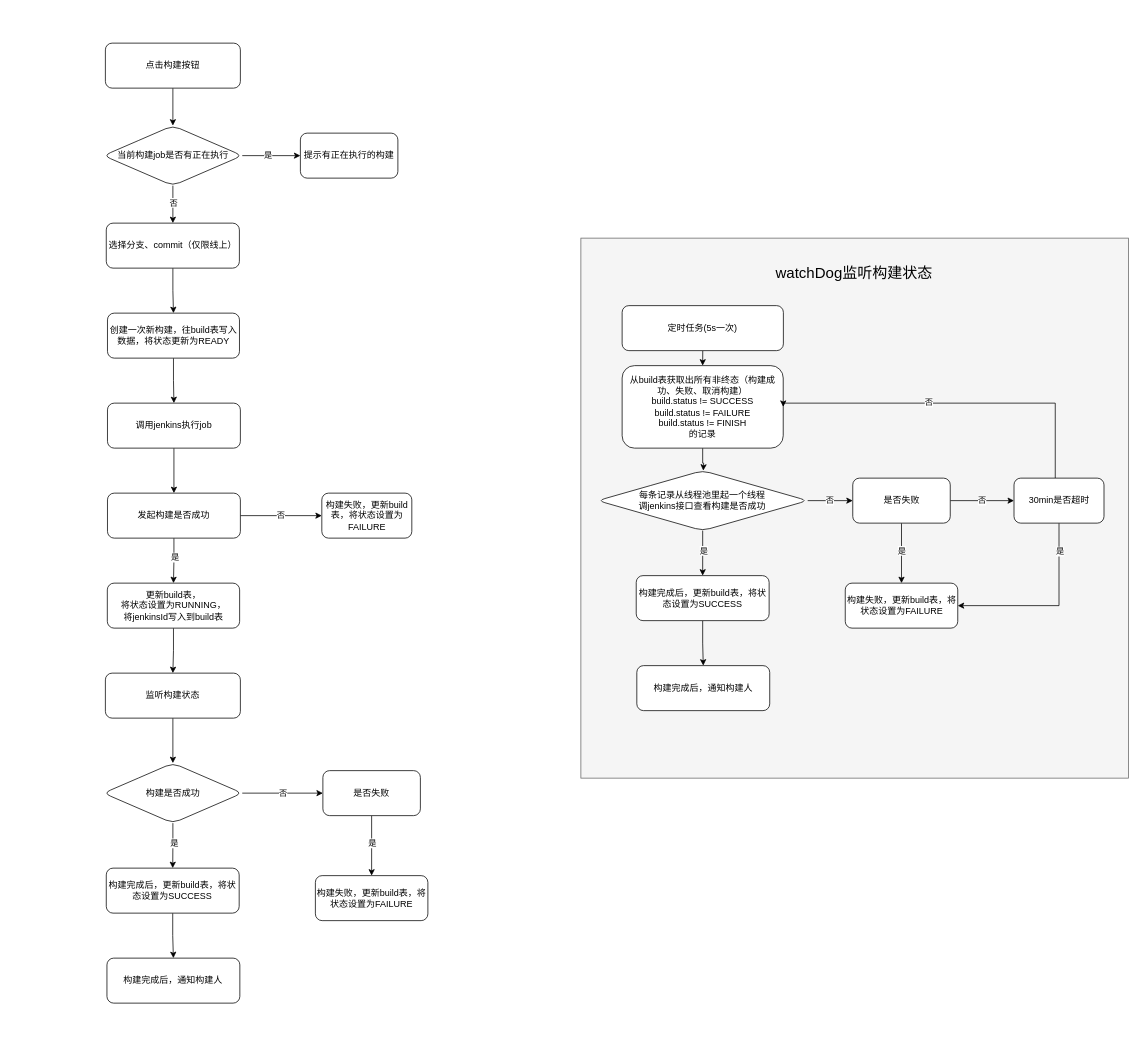
This is build.drawio from wupei-w/diagrams, a draw.io file, before an edit. Source tidied: cells renumbered, new cells numbered last; positions are measured from the earlier drawing's top-left corner, leaving out a move shared by most shapes. Both pictures are drawn from the tidied source at 75%, with x=0, y=0 at pixel (104, 43).
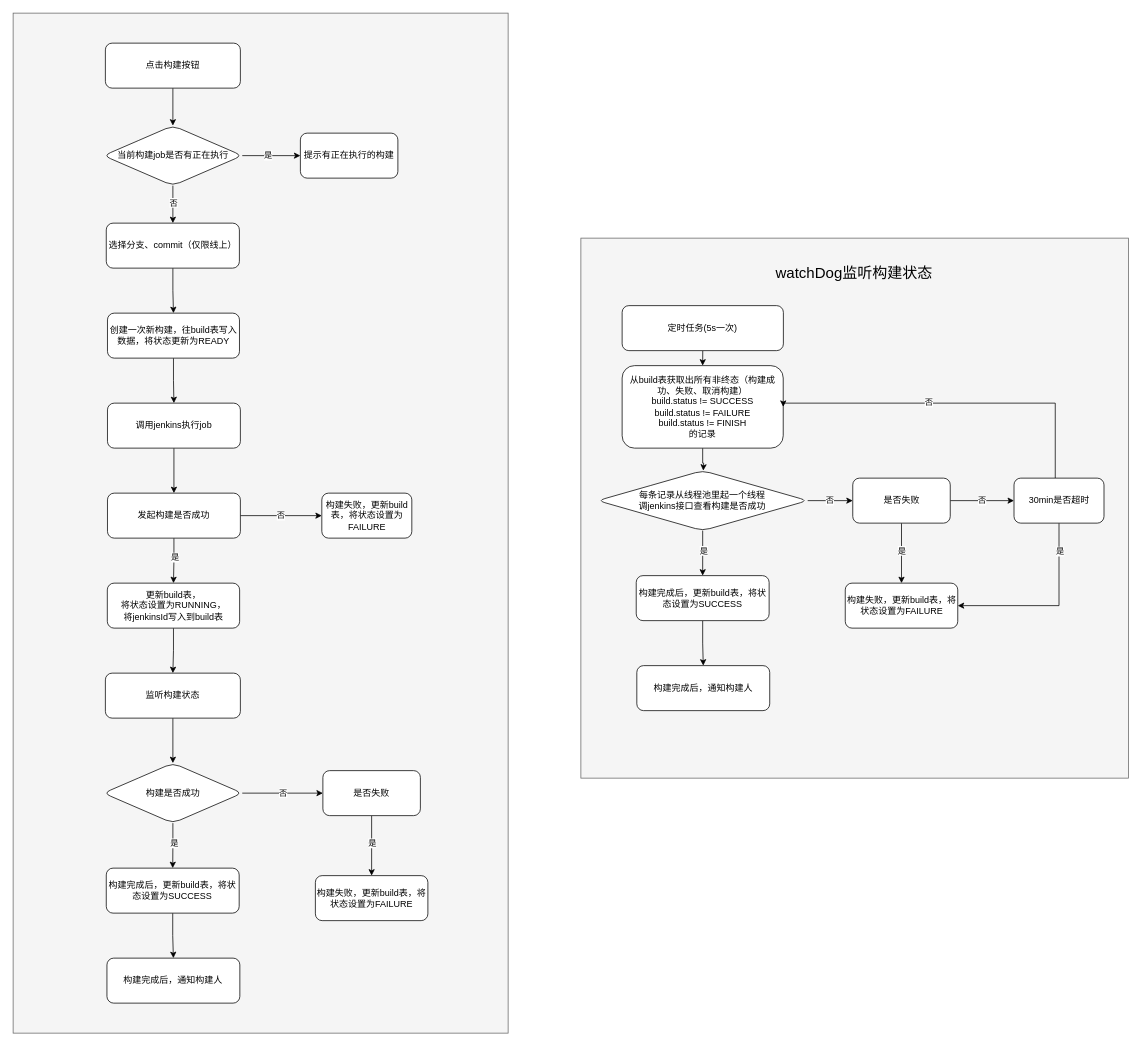
The same page after the edit.

The edit, as a diff of the source:
```diff
@@
+    <mxCell id="61" style="rounded=0;whiteSpace=wrap;html=1;fillColor=#f5f5f5;fontColor=#333333;strokeColor=#666666;" parent="1" vertex="1">
+      <mxGeometry x="-121" y="-40" width="660" height="1360" as="geometry" />
+    </mxCell>
```
